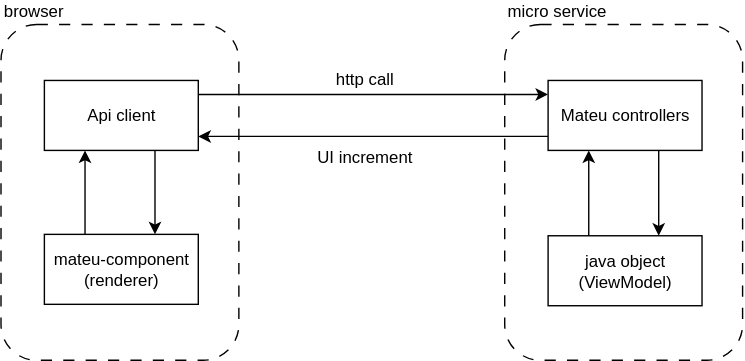
Earlier version of the draw.io export doc/static/images/arch-overall-4.svg (miguelperezcolom/mateu). Source tidied: cells renumbered, new cells last; positions are measured from the earlier drawing's top-left corner, leaving out a move shared by most shapes.
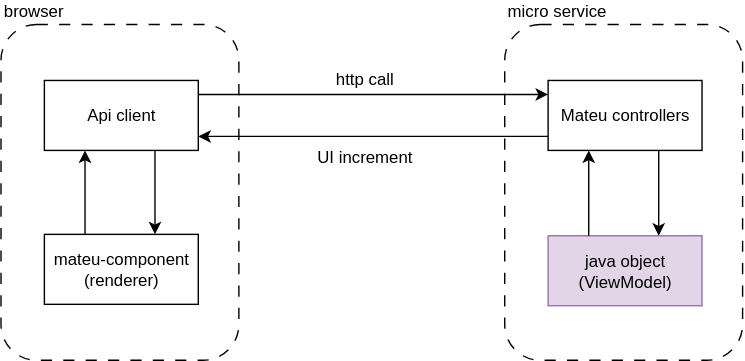
The same file after the commit.

Diff of the diagram source:
```diff
@@ -35,7 +35,7 @@
         </Array>
       </mxGeometry>
     </mxCell>
-    <mxCell id="8" value="java object&lt;div&gt;(ViewModel)&lt;/div&gt;" style="html=1;whiteSpace=wrap;" parent="1" vertex="1">
+    <mxCell id="8" value="java object&lt;div&gt;(ViewModel)&lt;/div&gt;" style="html=1;whiteSpace=wrap;fillColor=#e1d5e7;strokeColor=#9673a6;" parent="1" vertex="1">
       <mxGeometry x="391" y="151" width="110" height="50" as="geometry" />
     </mxCell>
     <mxCell id="9" style="edgeStyle=orthogonalEdgeStyle;rounded=0;jettySize=auto;html=1;" parent="1" edge="1" source="10" target="13">
```
